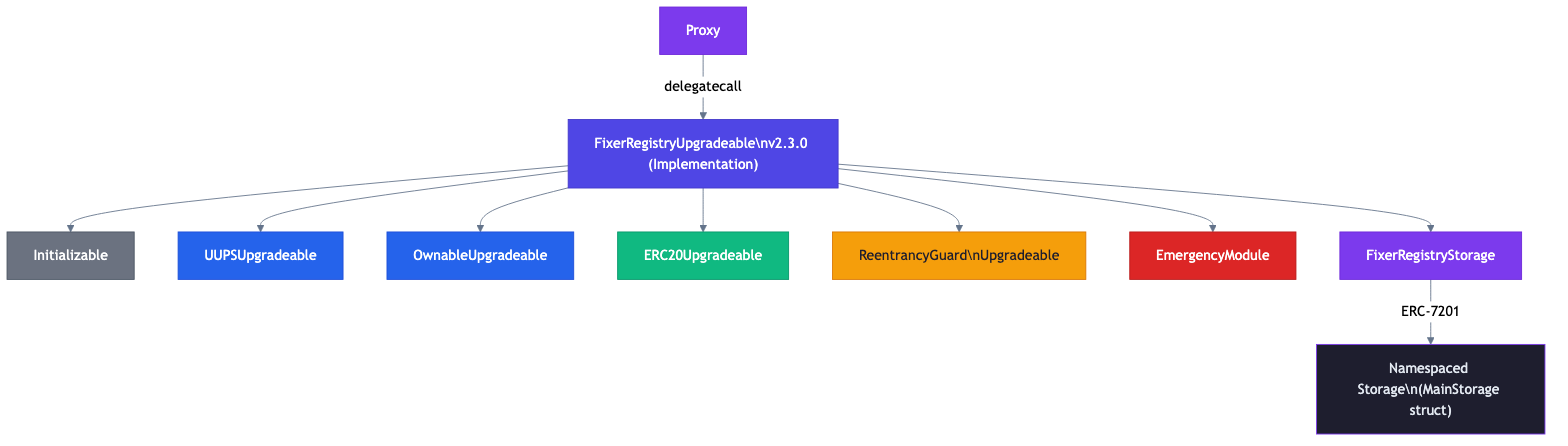
This is docs/diagrams/SYSTEM_DESIGN_9.png from guglxni/the-fixer-hook, a Mermaid export, as it was before one commit. Its source is kept beside it as docs/diagrams/SYSTEM_DESIGN_9.mmd. Source of this version:
```mermaid
%%{init: {'theme': 'neutral', 'themeVariables': { 'primaryColor': '#2563eb', 'primaryTextColor': '#1e293b', 'primaryBorderColor': '#3b82f6', 'lineColor': '#64748b', 'secondaryColor': '#f1f5f9', 'tertiaryColor': '#e2e8f0'}}}%%
flowchart TD
    Proxy -->|delegatecall| Impl[" FixerRegistryUpgradeable\nv2.3.0 (Implementation)"]
    Impl --> Init["Initializable"]
    Impl --> UUPS["UUPSUpgradeable"]
    Impl --> Own["OwnableUpgradeable"]
    Impl --> ERC20["ERC20Upgradeable"]
    Impl --> Guard["ReentrancyGuard\nUpgradeable"]
    Impl --> Emerg["EmergencyModule"]
    Impl --> Store["FixerRegistryStorage"]
    Store -->|ERC-7201| NS[" Namespaced Storage\n(MainStorage struct)"]
    style Proxy fill:#7C3AED,color:#FFFFFF,stroke:#6D28D9
    style Impl fill:#4F46E5,color:#FFFFFF,stroke:#4338CA
    style Init fill:#6B7280,color:#FFFFFF,stroke:#4B5563
    style UUPS fill:#2563EB,color:#FFFFFF,stroke:#1D4ED8
    style Own fill:#2563EB,color:#FFFFFF,stroke:#1D4ED8
    style ERC20 fill:#10B981,color:#FFFFFF,stroke:#059669
    style Guard fill:#F59E0B,color:#1E1E2E,stroke:#D97706
    style Emerg fill:#DC2626,color:#FFFFFF,stroke:#B91C1C
    style Store fill:#7C3AED,color:#FFFFFF,stroke:#6D28D9
    style NS fill:#1E1E2E,color:#E2E8F0,stroke:#7C3AED
```
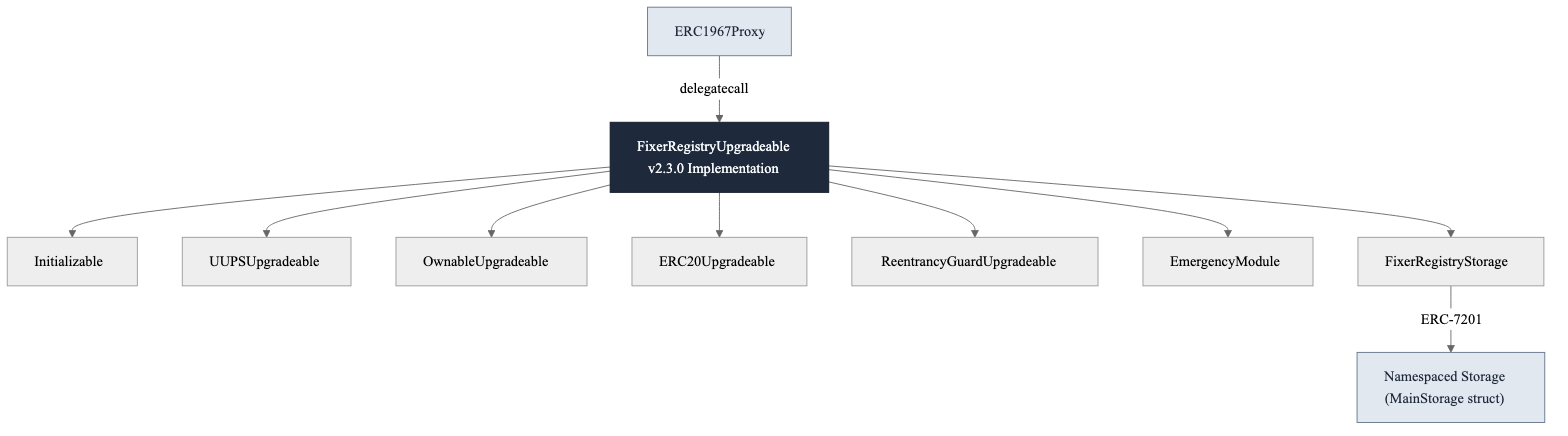
The same diagram one commit later.

Change to the diagram source:
```diff
@@ -1,21 +1,15 @@
-%%{init: {'theme': 'neutral', 'themeVariables': { 'primaryColor': '#2563eb', 'primaryTextColor': '#1e293b', 'primaryBorderColor': '#3b82f6', 'lineColor': '#64748b', 'secondaryColor': '#f1f5f9', 'tertiaryColor': '#e2e8f0'}}}%%
+%%{init: {'theme': 'neutral', 'themeVariables': {'fontFamily': 'Inter, system-ui, sans-serif'}}}%%
 flowchart TD
-    Proxy -->|delegatecall| Impl[" FixerRegistryUpgradeable\nv2.3.0 (Implementation)"]
+    Proxy["ERC1967Proxy"] -->|delegatecall| Impl["FixerRegistryUpgradeable<br/>v2.3.0 Implementation"]
     Impl --> Init["Initializable"]
     Impl --> UUPS["UUPSUpgradeable"]
     Impl --> Own["OwnableUpgradeable"]
     Impl --> ERC20["ERC20Upgradeable"]
-    Impl --> Guard["ReentrancyGuard\nUpgradeable"]
+    Impl --> Guard["ReentrancyGuardUpgradeable"]
     Impl --> Emerg["EmergencyModule"]
     Impl --> Store["FixerRegistryStorage"]
-    Store -->|ERC-7201| NS[" Namespaced Storage\n(MainStorage struct)"]
-    style Proxy fill:#7C3AED,color:#FFFFFF,stroke:#6D28D9
-    style Impl fill:#4F46E5,color:#FFFFFF,stroke:#4338CA
-    style Init fill:#6B7280,color:#FFFFFF,stroke:#4B5563
-    style UUPS fill:#2563EB,color:#FFFFFF,stroke:#1D4ED8
-    style Own fill:#2563EB,color:#FFFFFF,stroke:#1D4ED8
-    style ERC20 fill:#10B981,color:#FFFFFF,stroke:#059669
-    style Guard fill:#F59E0B,color:#1E1E2E,stroke:#D97706
-    style Emerg fill:#DC2626,color:#FFFFFF,stroke:#B91C1C
-    style Store fill:#7C3AED,color:#FFFFFF,stroke:#6D28D9
-    style NS fill:#1E1E2E,color:#E2E8F0,stroke:#7C3AED
+    Store -->|ERC-7201| NS["Namespaced Storage<br/>(MainStorage struct)"]
+
+    style Proxy fill:#e2e8f0,color:#1e293b,stroke:#64748b
+    style Impl fill:#1e293b,color:#f8fafc,stroke:#0f172a
+    style NS fill:#e2e8f0,color:#1e293b,stroke:#64748b
```
